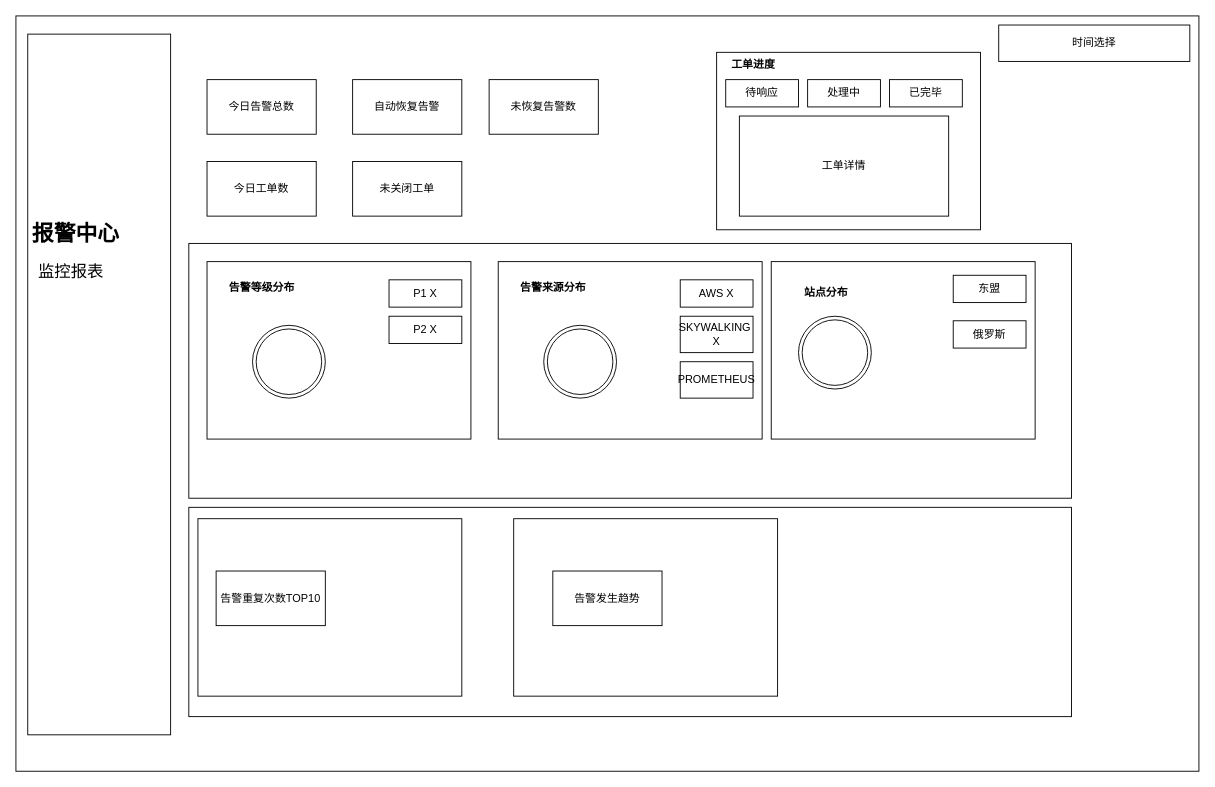
This is 告警报表页面.drawio from 463024907/zabbix-report, a draw.io file, before an edit. Source tidied: cells renumbered, new cells numbered last; positions are measured from the earlier drawing's top-left corner, leaving out a move shared by most shapes. Both pictures are drawn from the tidied source at 91%, with x=0, y=0 at pixel (15, 15).
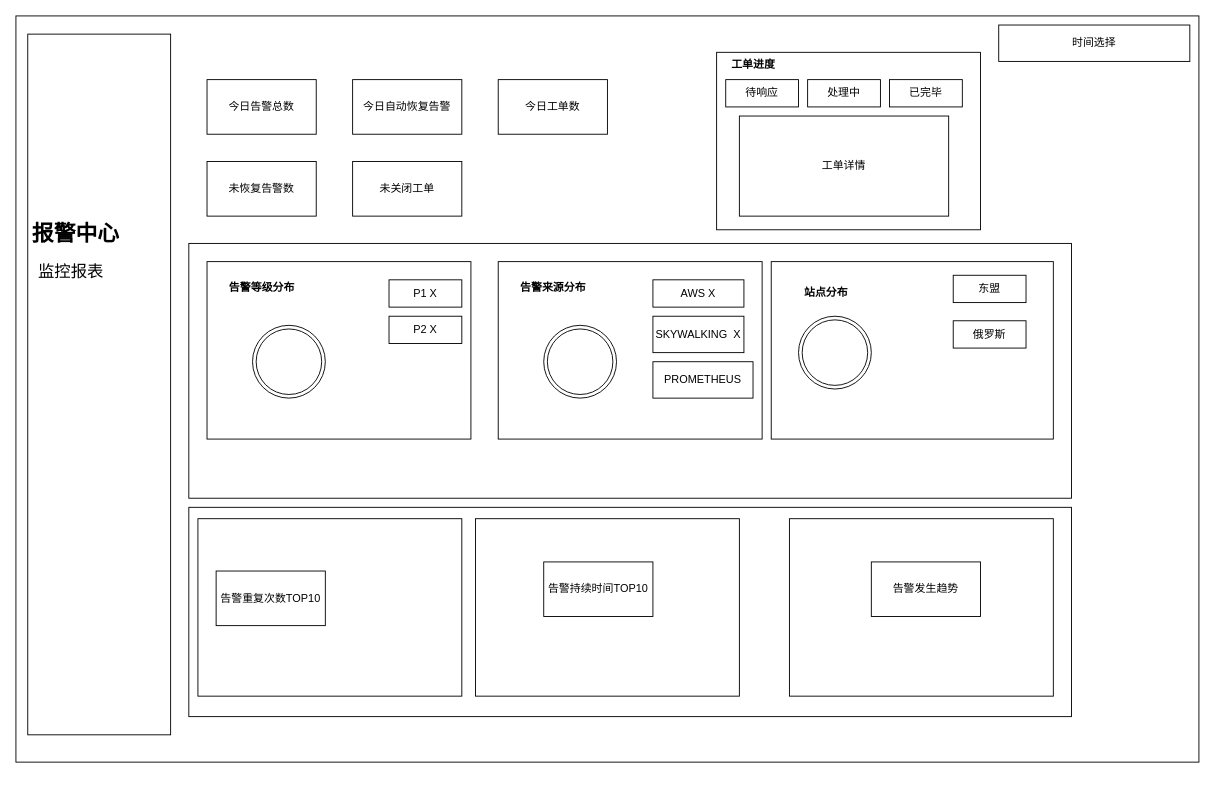
After the change.

Commit message (it also covers changes not shown here):
更新告警报表页面.drawio

The edit, as a diff of the source:
```diff
@@
     <mxCell id="2" style="rounded=0;whiteSpace=wrap;html=1;" parent="1" vertex="1">
-      <mxGeometry width="1300" height="830" as="geometry" />
+      <mxGeometry width="1300" height="820" as="geometry" />
     </mxCell>
@@
     <mxCell id="5" value="未恢复告警数" style="rounded=0;whiteSpace=wrap;html=1;" parent="1" vertex="1">
-      <mxGeometry x="520" y="70" width="120" height="60" as="geometry" />
+      <mxGeometry x="210" y="160" width="120" height="60" as="geometry" />
     </mxCell>
@@
-    <mxCell id="7" value="自动恢复告警" style="rounded=0;whiteSpace=wrap;html=1;" parent="1" vertex="1">
+    <mxCell id="7" value="今日自动恢复告警" style="rounded=0;whiteSpace=wrap;html=1;" parent="1" vertex="1">
       <mxGeometry x="370" y="70" width="120" height="60" as="geometry" />
     </mxCell>
@@
     <mxCell id="17" value="AWS X" style="rounded=0;whiteSpace=wrap;html=1;" parent="1" vertex="1">
-      <mxGeometry x="730" y="290" width="80" height="30" as="geometry" />
+      <mxGeometry x="700" y="290" width="100" height="30" as="geometry" />
     </mxCell>
@@
     <mxCell id="19" value="SKYWALKING&amp;nbsp; X" style="rounded=0;whiteSpace=wrap;html=1;" parent="1" vertex="1">
-      <mxGeometry x="730" y="330" width="80" height="40" as="geometry" />
+      <mxGeometry x="700" y="330" width="100" height="40" as="geometry" />
     </mxCell>
     <mxCell id="20" value="PROMETHEUS" style="rounded=0;whiteSpace=wrap;html=1;" parent="1" vertex="1">
-      <mxGeometry x="730" y="380" width="80" height="40" as="geometry" />
+      <mxGeometry x="700" y="380" width="110" height="40" as="geometry" />
     </mxCell>
     <mxCell id="21" style="rounded=0;whiteSpace=wrap;html=1;" parent="1" vertex="1">
-      <mxGeometry x="830" y="270" width="290" height="195" as="geometry" />
+      <mxGeometry x="830" y="270" width="310" height="195" as="geometry" />
     </mxCell>
@@
     <mxCell id="26" value="今日工单数" style="rounded=0;whiteSpace=wrap;html=1;" parent="1" vertex="1">
-      <mxGeometry x="210" y="160" width="120" height="60" as="geometry" />
+      <mxGeometry x="530" y="70" width="120" height="60" as="geometry" />
     </mxCell>
@@
     <mxCell id="31" style="rounded=0;whiteSpace=wrap;html=1;" parent="1" vertex="1">
-      <mxGeometry x="547" y="552.5" width="290" height="195" as="geometry" />
+      <mxGeometry x="850" y="552.5" width="290" height="195" as="geometry" />
     </mxCell>
     <mxCell id="32" value="告警发生趋势" style="rounded=0;whiteSpace=wrap;html=1;fontSize=12;" parent="1" vertex="1">
-      <mxGeometry x="590" y="610" width="120" height="60" as="geometry" />
+      <mxGeometry x="940" y="600" width="120" height="60" as="geometry" />
     </mxCell>
@@
+    <mxCell id="39" style="rounded=0;whiteSpace=wrap;html=1;" parent="1" vertex="1">
+      <mxGeometry x="505" y="552.5" width="290" height="195" as="geometry" />
+    </mxCell>
+    <mxCell id="40" value="告警持续时间TOP10" style="rounded=0;whiteSpace=wrap;html=1;fontSize=12;" parent="1" vertex="1">
+      <mxGeometry x="580" y="600" width="120" height="60" as="geometry" />
+    </mxCell>
```
